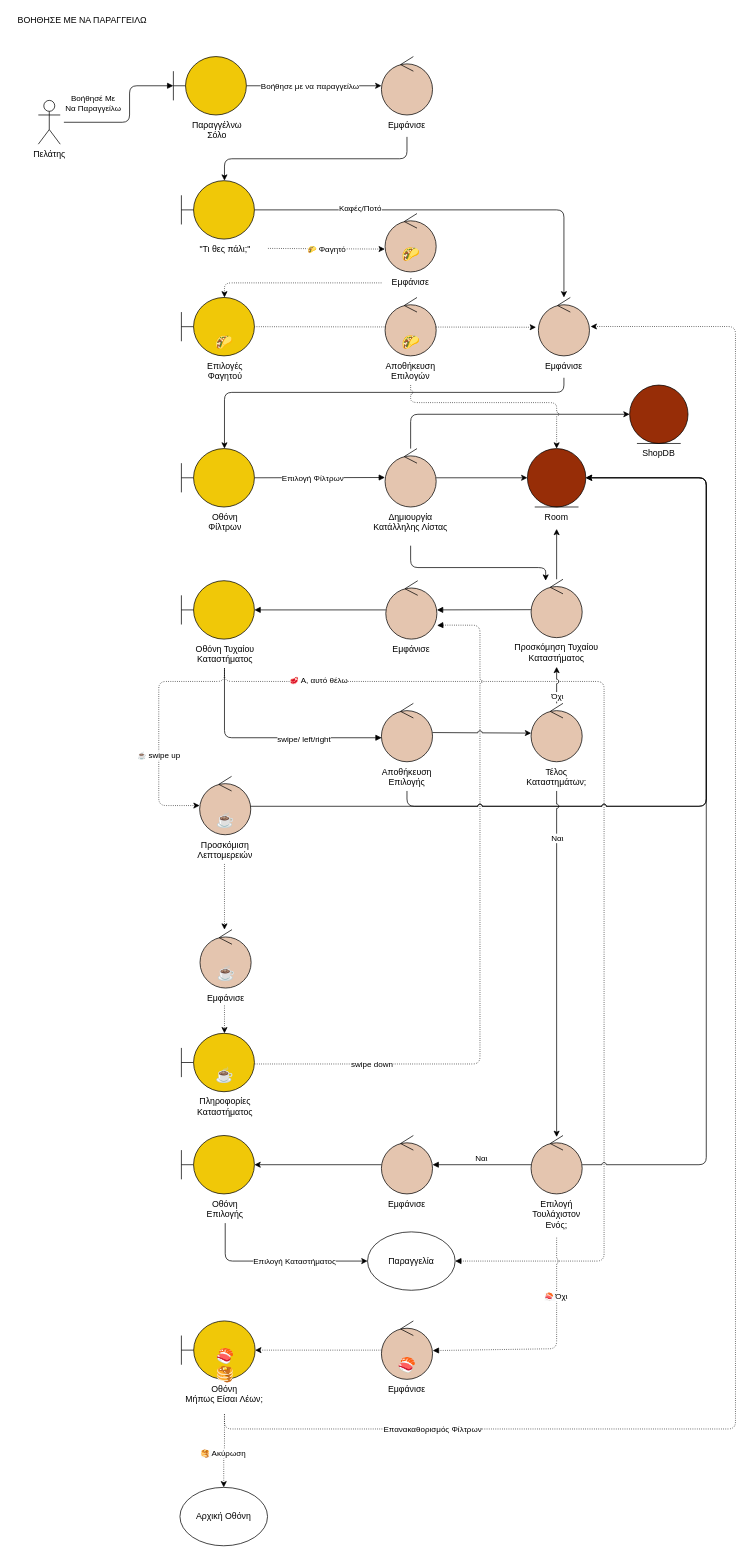
Above: docs/contributions/iloudaros/Diagrams/Roubstness Diagrams/Customer/Solo Help Me Order/Solo Help Me Order Robustness.drawio in iloudaros/nomnomr (draw.io), before the change. Source tidied: cells renumbered, new cells numbered last; positions are measured from the earlier drawing's top-left corner, leaving out a move shared by most shapes. Both pictures are drawn from the tidied source at 73%, with x=0, y=0 at pixel (12, 12).
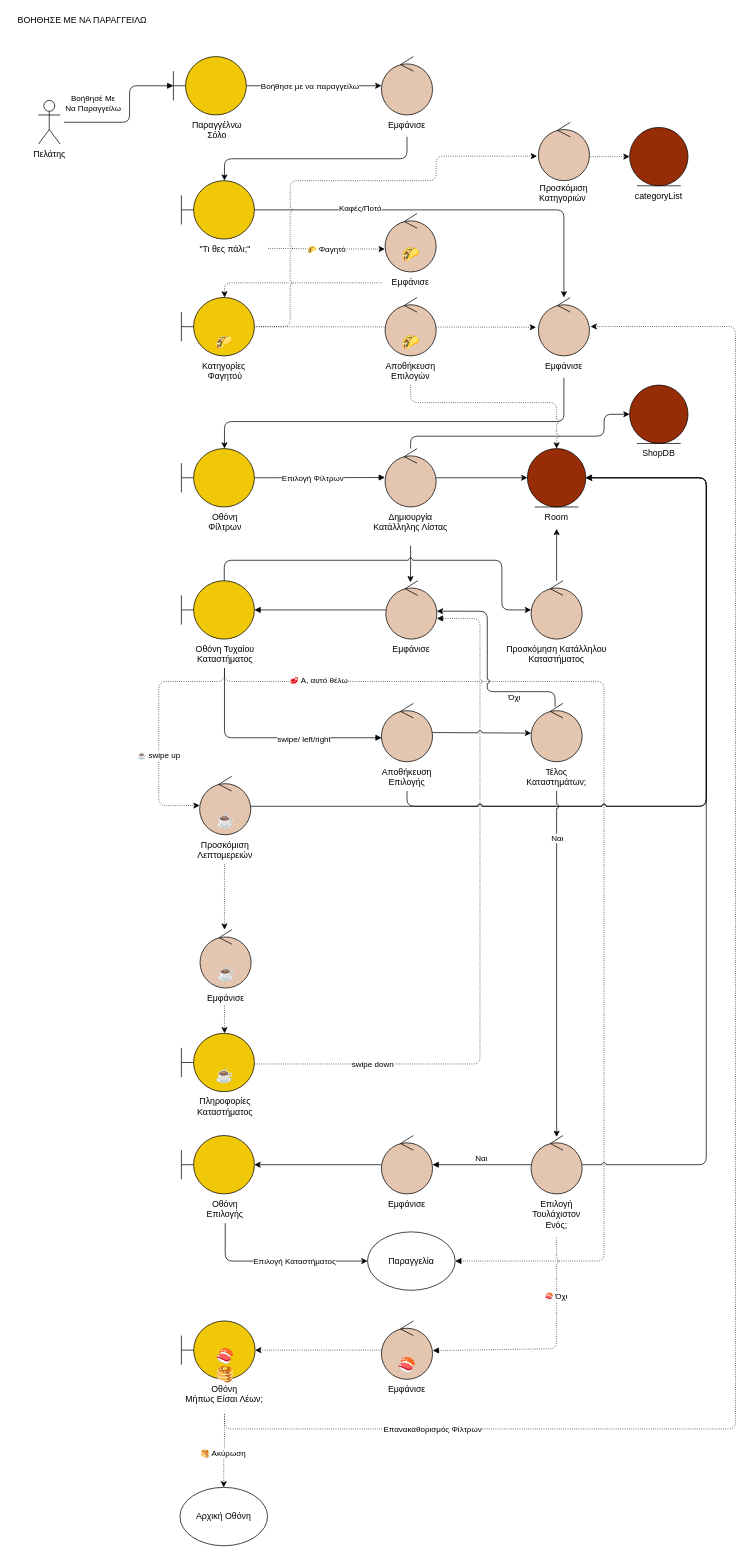
After the change.

The change refers to these unchanged cells:
```xml
<mxCell id="18" style="shape=umlBoundary;whiteSpace=wrap;html=1;fillColor=#F0C808;strokeColor=#000000;fontColor=#000000;labelBackgroundColor=none;align=center;" parent="1" vertex="1">
  <mxGeometry x="231" y="597" width="100" height="80" as="geometry" />
</mxCell>
<mxCell id="23" style="shape=umlBoundary;whiteSpace=wrap;html=1;fillColor=#F0C808;strokeColor=#000000;fontColor=#000000;labelBackgroundColor=none;align=center;" parent="1" vertex="1">
  <mxGeometry x="231" y="778" width="100" height="80" as="geometry" />
</mxCell>
<mxCell id="29" style="shape=umlBoundary;whiteSpace=wrap;html=1;fillColor=#F0C808;fontColor=#000000;strokeColor=#000000;labelBackgroundColor=none;align=center;" parent="1" vertex="1">
  <mxGeometry x="231" y="1398" width="100" height="80" as="geometry" />
</mxCell>
<mxCell id="32" style="shape=umlBoundary;whiteSpace=wrap;html=1;fillColor=#F0C808;fontColor=#000000;strokeColor=#000000;labelBackgroundColor=none;align=center;" parent="1" vertex="1">
  <mxGeometry x="231" y="390" width="100" height="80" as="geometry" />
</mxCell>
<mxCell id="68" value="&lt;span style=&quot;font-family: helvetica; font-size: 12px; font-style: normal; font-weight: 400; letter-spacing: normal; text-indent: 0px; text-transform: none; word-spacing: 0px; display: inline; float: none;&quot;&gt;Εμφάνισε&lt;/span&gt;" style="text;whiteSpace=wrap;html=1;fontColor=#000000;labelBackgroundColor=none;align=center;" parent="66" vertex="1">
  <mxGeometry x="-5" y="80" width="80" height="30" as="geometry" />
</mxCell>
<mxCell id="74" style="ellipse;shape=umlEntity;whiteSpace=wrap;html=1;fontColor=#000000;labelBackgroundColor=none;align=center;fillColor=#972D07;" parent="73" vertex="1">
  <mxGeometry x="15" width="80" height="80" as="geometry" />
</mxCell>
<mxCell id="77" style="ellipse;shape=umlControl;whiteSpace=wrap;html=1;fillColor=#E4C5AF;fontColor=#000000;labelBackgroundColor=none;align=center;" parent="76" vertex="1">
  <mxGeometry x="20" width="70" height="80" as="geometry" />
</mxCell>
<mxCell id="80" style="ellipse;shape=umlControl;whiteSpace=wrap;html=1;fillColor=#E4C5AF;fontColor=#000000;labelBackgroundColor=none;align=center;" parent="79" vertex="1">
  <mxGeometry x="20" width="70" height="80" as="geometry" />
</mxCell>
<mxCell id="81" value="&lt;font face=&quot;helvetica&quot;&gt;Δημιουργία Κατάλληλης Λίστας&lt;/font&gt;" style="text;whiteSpace=wrap;html=1;fontColor=#000000;align=center;labelBackgroundColor=none;" parent="79" vertex="1">
  <mxGeometry y="80" width="110" height="53" as="geometry" />
</mxCell>
<mxCell id="83" style="ellipse;shape=umlControl;whiteSpace=wrap;html=1;fillColor=#E4C5AF;fontColor=#000000;labelBackgroundColor=none;align=center;" parent="82" vertex="1">
  <mxGeometry x="20" width="70" height="80" as="geometry" />
</mxCell>
<mxCell id="86" style="ellipse;shape=umlEntity;whiteSpace=wrap;html=1;fontColor=#000000;labelBackgroundColor=none;align=center;fillColor=#972D07;" parent="85" vertex="1">
  <mxGeometry x="15" width="80" height="80" as="geometry" />
</mxCell>
<mxCell id="89" style="ellipse;shape=umlControl;whiteSpace=wrap;html=1;fillColor=#E4C5AF;fontColor=#000000;labelBackgroundColor=none;align=center;" parent="88" vertex="1">
  <mxGeometry x="5" width="70" height="80" as="geometry" />
</mxCell>
<mxCell id="115" value="&lt;font face=&quot;helvetica&quot;&gt;Αποθήκευση Επιλογών&lt;/font&gt;" style="text;whiteSpace=wrap;html=1;fontColor=#000000;labelBackgroundColor=none;align=center;" parent="113" vertex="1">
  <mxGeometry x="-5" y="80" width="80" height="40" as="geometry" />
</mxCell>
```

Change to the diagram source:
```diff
@@
-    <mxCell id="25" style="edgeStyle=orthogonalEdgeStyle;rounded=1;jettySize=auto;html=1;jumpStyle=arc;fontColor=#000000;labelBackgroundColor=none;align=center;exitX=-0.003;exitY=0.521;exitDx=0;exitDy=0;endArrow=block;endFill=1;exitPerimeter=0;" parent="1" edge="1" source="77" target="89">
-      <mxGeometry relative="1" as="geometry" />
-    </mxCell>
@@
-    <mxCell id="27" style="edgeStyle=orthogonalEdgeStyle;rounded=1;jettySize=auto;html=1;fillColor=#a20025;strokeColor=#000000;jumpStyle=arc;fontColor=#000000;labelBackgroundColor=none;align=center;exitX=1.003;exitY=0.525;exitDx=0;exitDy=0;exitPerimeter=0;endArrow=block;endFill=1;dashed=1;dashPattern=1 2;entryX=1.003;entryY=0.766;entryDx=0;entryDy=0;entryPerimeter=0;" parent="1" edge="1" source="29" target="89">
+    <mxCell id="27" style="edgeStyle=orthogonalEdgeStyle;rounded=1;jettySize=auto;html=1;fillColor=#a20025;strokeColor=#000000;jumpStyle=arc;fontColor=#000000;labelBackgroundColor=none;align=center;exitX=1.003;exitY=0.525;exitDx=0;exitDy=0;exitPerimeter=0;endArrow=block;endFill=1;dashed=1;dashPattern=1 2;entryX=0.998;entryY=0.646;entryDx=0;entryDy=0;entryPerimeter=0;" parent="1" edge="1" source="29" target="89">
       <mxGeometry relative="1" as="geometry">
         <Array as="points">
           <mxPoint x="640" y="1440" />
-          <mxPoint x="640" y="839" />
-          <mxPoint x="586" y="839" />
+          <mxPoint x="640" y="830" />
+          <mxPoint x="581" y="830" />
         </Array>
       </mxGeometry>
     </mxCell>
@@
+    <mxCell id="124" style="edgeStyle=orthogonalEdgeStyle;rounded=1;jettySize=auto;html=1;entryX=-0.027;entryY=0.58;entryDx=0;entryDy=0;dashed=1;dashPattern=1 2;entryPerimeter=0;jumpStyle=arc;" parent="1" edge="1" source="32" target="129">
+      <mxGeometry relative="1" as="geometry">
+        <Array as="points">
+          <mxPoint x="380" y="430" />
+          <mxPoint x="380" y="230" />
+          <mxPoint x="580" y="230" />
+          <mxPoint x="580" y="196" />
+        </Array>
+      </mxGeometry>
+    </mxCell>
@@
-    <mxCell id="33" style="edgeStyle=orthogonalEdgeStyle;rounded=1;jettySize=auto;html=1;jumpStyle=arc;fontColor=#000000;labelBackgroundColor=none;align=center;exitX=0.5;exitY=1;exitDx=0;exitDy=0;" parent="1" edge="1" source="68" target="18">
-      <mxGeometry relative="1" as="geometry">
-        <Array as="points">
-          <mxPoint x="755" y="520" />
-          <mxPoint x="290" y="520" />
-        </Array>
-      </mxGeometry>
-    </mxCell>
@@
-    <mxCell id="50" value="&lt;span style=&quot;font-family: &amp;quot;helvetica&amp;quot; ; font-size: 12px ; font-style: normal ; font-weight: 400 ; letter-spacing: normal ; text-indent: 0px ; text-transform: none ; word-spacing: 0px ; display: inline ; float: none&quot;&gt;Επιλογές&lt;/span&gt;&lt;br style=&quot;font-family: &amp;quot;helvetica&amp;quot; ; font-size: 12px ; font-style: normal ; font-weight: 400 ; letter-spacing: normal ; text-indent: 0px ; text-transform: none ; word-spacing: 0px&quot;&gt;&lt;span style=&quot;font-family: &amp;quot;helvetica&amp;quot; ; font-size: 12px ; font-style: normal ; font-weight: 400 ; letter-spacing: normal ; text-indent: 0px ; text-transform: none ; word-spacing: 0px ; display: inline ; float: none&quot;&gt;Φαγητού&lt;/span&gt;" style="text;whiteSpace=wrap;html=1;fontColor=#000000;labelBackgroundColor=none;align=center;" parent="1" vertex="1">
+    <mxCell id="50" value="&lt;font face=&quot;helvetica&quot;&gt;Κατηγορίες&amp;nbsp;&lt;/font&gt;&lt;br style=&quot;font-family: &amp;quot;helvetica&amp;quot; ; font-size: 12px ; font-style: normal ; font-weight: 400 ; letter-spacing: normal ; text-indent: 0px ; text-transform: none ; word-spacing: 0px&quot;&gt;&lt;span style=&quot;font-family: &amp;quot;helvetica&amp;quot; ; font-size: 12px ; font-style: normal ; font-weight: 400 ; letter-spacing: normal ; text-indent: 0px ; text-transform: none ; word-spacing: 0px ; display: inline ; float: none&quot;&gt;Φαγητού&lt;/span&gt;" style="text;whiteSpace=wrap;html=1;fontColor=#000000;labelBackgroundColor=none;align=center;" parent="1" vertex="1">
       <mxGeometry x="251" y="470" width="80" height="40" as="geometry" />
     </mxCell>
@@
     <mxCell id="76" style="group;" parent="1" vertex="1">
-      <mxGeometry x="690" y="776" width="110" height="120" as="geometry" />
+      <mxGeometry x="690" y="778" width="110" height="120" as="geometry" />
     </mxCell>
@@
-    <mxCell id="78" value="&lt;span style=&quot;color: rgb(0, 0, 0); font-family: helvetica; font-size: 12px; font-style: normal; font-weight: 400; letter-spacing: normal; text-indent: 0px; text-transform: none; word-spacing: 0px; display: inline; float: none;&quot;&gt;Προσκόμηση&amp;nbsp;&lt;/span&gt;&lt;span style=&quot;color: rgb(0, 0, 0); font-family: helvetica; font-size: 12px; font-style: normal; font-weight: 400; letter-spacing: normal; text-indent: 0px; text-transform: none; word-spacing: 0px; display: inline; float: none;&quot;&gt;Τυχαίου&lt;/span&gt;&lt;br style=&quot;color: rgb(0, 0, 0); font-family: helvetica; font-size: 12px; font-style: normal; font-weight: 400; letter-spacing: normal; text-indent: 0px; text-transform: none; word-spacing: 0px;&quot;&gt;&lt;span style=&quot;color: rgb(0, 0, 0); font-family: helvetica; font-size: 12px; font-style: normal; font-weight: 400; letter-spacing: normal; text-indent: 0px; text-transform: none; word-spacing: 0px; display: inline; float: none;&quot;&gt;Καταστήματος&lt;/span&gt;" style="text;whiteSpace=wrap;html=1;fontColor=#000000;align=center;labelBackgroundColor=none;" parent="76" vertex="1">
+    <mxCell id="78" value="&lt;span style=&quot;color: rgb(0, 0, 0); font-family: helvetica; font-size: 12px; font-style: normal; font-weight: 400; letter-spacing: normal; text-indent: 0px; text-transform: none; word-spacing: 0px; display: inline; float: none;&quot;&gt;Προσκόμηση&amp;nbsp;&lt;/span&gt;&lt;span style=&quot;color: rgb(0, 0, 0); font-family: helvetica; font-size: 12px; font-style: normal; font-weight: 400; letter-spacing: normal; text-indent: 0px; text-transform: none; word-spacing: 0px; display: inline; float: none;&quot;&gt;Κατάλληλου&lt;/span&gt;&lt;br style=&quot;color: rgb(0, 0, 0); font-family: helvetica; font-size: 12px; font-style: normal; font-weight: 400; letter-spacing: normal; text-indent: 0px; text-transform: none; word-spacing: 0px;&quot;&gt;&lt;span style=&quot;color: rgb(0, 0, 0); font-family: helvetica; font-size: 12px; font-style: normal; font-weight: 400; letter-spacing: normal; text-indent: 0px; text-transform: none; word-spacing: 0px; display: inline; float: none;&quot;&gt;Καταστήματος&lt;/span&gt;" style="text;whiteSpace=wrap;html=1;fontColor=#000000;align=center;labelBackgroundColor=none;" parent="76" vertex="1">
       <mxGeometry y="80" width="110" height="40" as="geometry" />
     </mxCell>
@@
-    <mxCell id="92" style="edgeStyle=orthogonalEdgeStyle;rounded=1;jettySize=auto;html=1;labelBackgroundColor=#FFFFFF;exitX=0.5;exitY=1;exitDx=0;exitDy=0;" parent="1" edge="1" source="81">
+    <mxCell id="92" style="edgeStyle=orthogonalEdgeStyle;rounded=1;jettySize=auto;html=1;labelBackgroundColor=#FFFFFF;exitX=0.5;exitY=1;exitDx=0;exitDy=0;entryX=0.481;entryY=0.027;entryDx=0;entryDy=0;entryPerimeter=0;" parent="1" edge="1" source="81" target="89">
       <mxGeometry relative="1" as="geometry">
-        <mxPoint x="730" y="778" as="targetPoint" />
         <Array as="points">
           <mxPoint x="545" y="760" />
-          <mxPoint x="730" y="760" />
+          <mxPoint x="545" y="760" />
         </Array>
       </mxGeometry>
     </mxCell>
@@
-    <mxCell id="96" style="edgeStyle=orthogonalEdgeStyle;rounded=1;jettySize=auto;html=1;entryX=0.5;entryY=1;entryDx=0;entryDy=0;labelBackgroundColor=#FFFFFF;jumpStyle=arc;" parent="1" edge="1" source="83" target="78">
-      <mxGeometry relative="1" as="geometry" />
+    <mxCell id="96" style="edgeStyle=orthogonalEdgeStyle;rounded=1;jettySize=auto;html=1;labelBackgroundColor=#FFFFFF;jumpStyle=arc;entryX=0.998;entryY=0.522;entryDx=0;entryDy=0;entryPerimeter=0;exitX=0.47;exitY=0.06;exitDx=0;exitDy=0;exitPerimeter=0;" parent="1" edge="1" source="83" target="89">
+      <mxGeometry relative="1" as="geometry">
+        <Array as="points">
+          <mxPoint x="743" y="930" />
+          <mxPoint x="650" y="930" />
+          <mxPoint x="650" y="820" />
+        </Array>
+      </mxGeometry>
     </mxCell>
     <mxCell id="97" value="Όχι" style="edgeLabel;html=1;align=center;verticalAlign=middle;" parent="96" vertex="1">
       <mxGeometry x="-0.25" y="-2" relative="1" as="geometry">
-        <mxPoint x="-2" y="9" as="offset" />
+        <mxPoint x="33" y="9" as="offset" />
       </mxGeometry>
     </mxCell>
@@
     <mxCell id="101" style="edgeStyle=orthogonalEdgeStyle;rounded=1;jumpStyle=arc;jettySize=auto;html=1;entryX=0;entryY=0.5;entryDx=0;entryDy=0;labelBackgroundColor=#FFFFFF;" parent="1" edge="1" source="80" target="74">
       <mxGeometry relative="1" as="geometry">
         <Array as="points">
-          <mxPoint x="545" y="550" />
+          <mxPoint x="545" y="580" />
+          <mxPoint x="810" y="580" />
+          <mxPoint x="810" y="550" />
         </Array>
       </mxGeometry>
     </mxCell>
@@
-    <mxCell id="117" style="edgeStyle=orthogonalEdgeStyle;rounded=1;jumpStyle=arc;jettySize=auto;html=1;entryX=0.5;entryY=0;entryDx=0;entryDy=0;dashed=1;dashPattern=1 2;labelBackgroundColor=#FFFFFF;" parent="1" edge="1" source="115" target="86">
-      <mxGeometry relative="1" as="geometry">
-        <Array as="points">
-          <mxPoint x="545" y="534" />
-          <mxPoint x="745" y="534" />
-        </Array>
-      </mxGeometry>
-    </mxCell>
@@
+    <mxCell id="125" style="group;" parent="1" vertex="1">
+      <mxGeometry x="830" y="157" width="110" height="120" as="geometry" />
+    </mxCell>
+    <mxCell id="126" style="ellipse;shape=umlEntity;whiteSpace=wrap;html=1;fontColor=#000000;labelBackgroundColor=none;align=center;fillColor=#972D07;" parent="125" vertex="1">
+      <mxGeometry x="15" width="80" height="80" as="geometry" />
+    </mxCell>
+    <mxCell id="127" value="&lt;font face=&quot;helvetica&quot;&gt;categoryList&lt;/font&gt;" style="text;whiteSpace=wrap;html=1;fontColor=#000000;align=center;labelBackgroundColor=none;" parent="125" vertex="1">
+      <mxGeometry y="80" width="110" height="30" as="geometry" />
+    </mxCell>
+    <mxCell id="33" style="edgeStyle=orthogonalEdgeStyle;rounded=1;jettySize=auto;html=1;jumpStyle=arc;fontColor=#000000;labelBackgroundColor=none;align=center;exitX=0.5;exitY=1;exitDx=0;exitDy=0;" parent="1" edge="1" source="68" target="18">
+      <mxGeometry relative="1" as="geometry">
+        <Array as="points">
+          <mxPoint x="755" y="560" />
+          <mxPoint x="290" y="560" />
+        </Array>
+      </mxGeometry>
+    </mxCell>
+    <mxCell id="117" style="edgeStyle=orthogonalEdgeStyle;rounded=1;jumpStyle=arc;jettySize=auto;html=1;entryX=0.5;entryY=0;entryDx=0;entryDy=0;dashed=1;dashPattern=1 2;labelBackgroundColor=#FFFFFF;" parent="1" edge="1" source="115" target="86">
+      <mxGeometry relative="1" as="geometry">
+        <Array as="points">
+          <mxPoint x="545" y="534" />
+          <mxPoint x="745" y="534" />
+        </Array>
+      </mxGeometry>
+    </mxCell>
+    <mxCell id="128" style="group;" parent="1" vertex="1">
+      <mxGeometry x="720" y="150" width="80" height="120" as="geometry" />
+    </mxCell>
+    <mxCell id="129" style="ellipse;shape=umlControl;whiteSpace=wrap;html=1;fillColor=#E4C5AF;fontColor=#000000;labelBackgroundColor=none;align=center;" parent="128" vertex="1">
+      <mxGeometry width="70" height="80" as="geometry" />
+    </mxCell>
+    <mxCell id="130" value="&lt;font face=&quot;helvetica&quot;&gt;Προσκόμιση Κατηγοριών&amp;nbsp;&lt;/font&gt;" style="text;whiteSpace=wrap;html=1;fontColor=#000000;labelBackgroundColor=none;align=center;" parent="128" vertex="1">
+      <mxGeometry x="-5" y="76" width="80" height="40" as="geometry" />
+    </mxCell>
+    <mxCell id="131" style="edgeStyle=orthogonalEdgeStyle;rounded=1;jettySize=auto;html=1;entryX=0;entryY=0.5;entryDx=0;entryDy=0;dashed=1;dashPattern=1 2;exitX=1.02;exitY=0.589;exitDx=0;exitDy=0;exitPerimeter=0;" parent="1" edge="1" source="129" target="126">
+      <mxGeometry relative="1" as="geometry" />
+    </mxCell>
+    <mxCell id="132" style="edgeStyle=orthogonalEdgeStyle;rounded=1;jumpStyle=arc;jettySize=auto;html=1;exitX=0.587;exitY=-0.001;exitDx=0;exitDy=0;exitPerimeter=0;" parent="1" edge="1" source="23">
+      <mxGeometry relative="1" as="geometry">
+        <mxPoint x="710" y="818" as="targetPoint" />
+        <Array as="points">
+          <mxPoint x="290" y="750" />
+          <mxPoint x="670" y="750" />
+          <mxPoint x="670" y="818" />
+        </Array>
+      </mxGeometry>
+    </mxCell>
```
